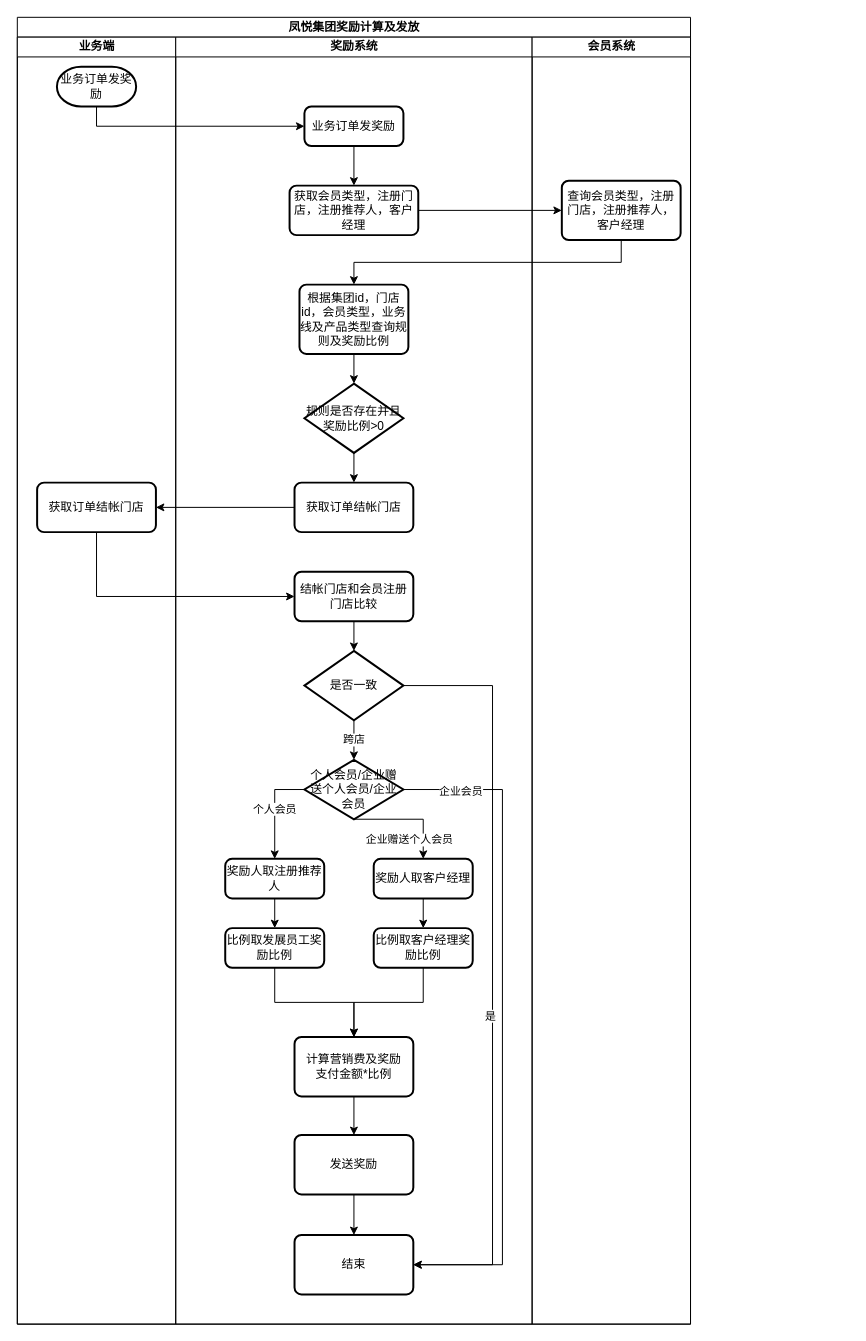
This is 凤悦集团奖励计算及发放.drawio from guohuan0126/test, a draw.io file, before an edit. Source tidied: cells renumbered, new cells numbered last; positions are measured from the earlier drawing's top-left corner, leaving out a move shared by most shapes. Both pictures are drawn from the tidied source at 99%, with x=0, y=0 at pixel (17, 17).
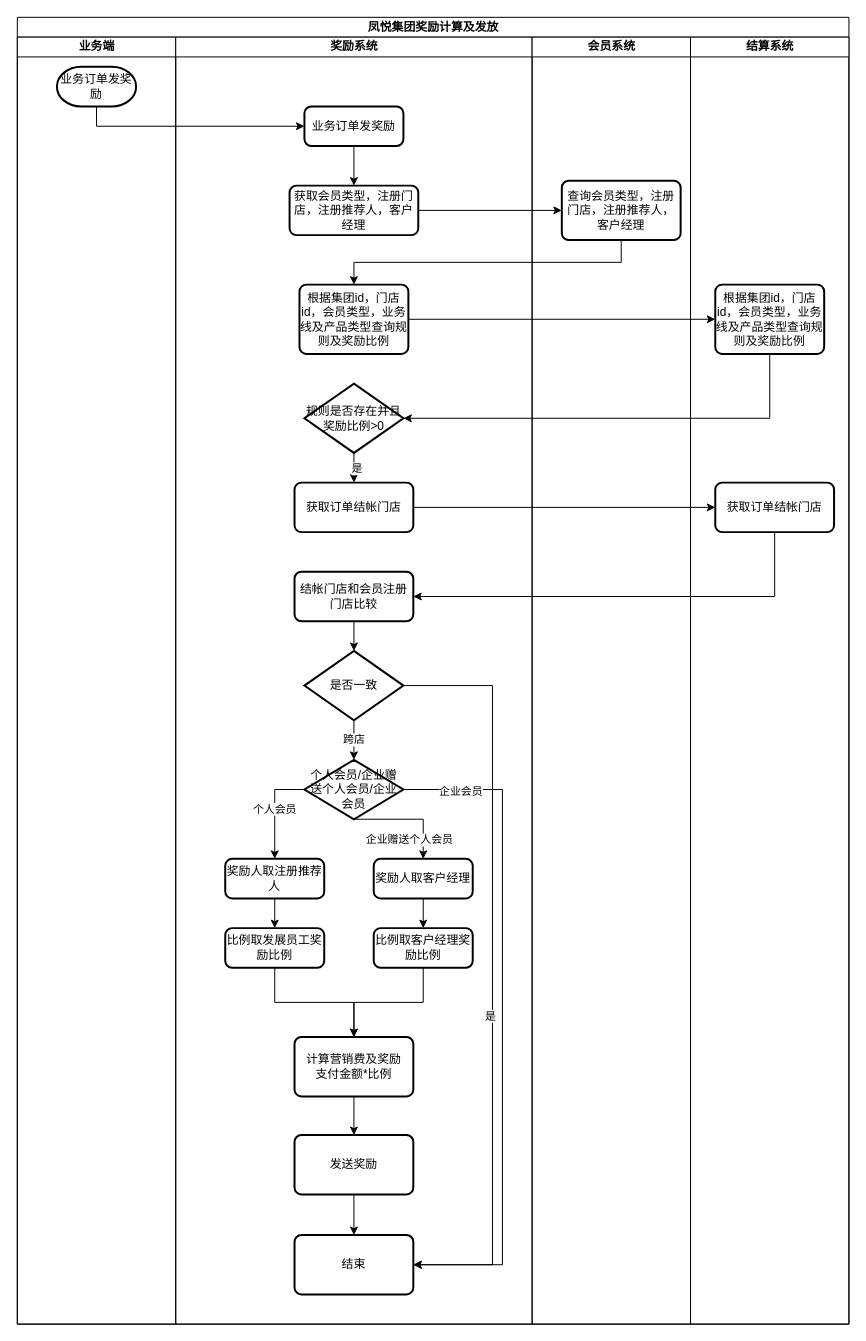
The same page after the edit.

Commit message:
更新凤悦集团奖励计算及发放.drawio

The change refers to these unchanged cells:
```xml
<mxCell id="3" value="业务端" style="swimlane;startSize=20;html=1;" parent="2" vertex="1">
  <mxGeometry y="20" width="160" height="1300" as="geometry" />
</mxCell>
<mxCell id="6" value="奖励系统" style="swimlane;startSize=20;html=1;" parent="2" vertex="1">
  <mxGeometry x="160" y="20" width="360" height="1300" as="geometry" />
</mxCell>
<mxCell id="10" value="根据集团id，门店id，会员类型，业务线及产品类型查询规则及奖励比例" style="rounded=1;whiteSpace=wrap;html=1;absoluteArcSize=1;arcSize=14;strokeWidth=2;" parent="6" vertex="1">
  <mxGeometry x="125" y="250" width="110" height="70" as="geometry" />
</mxCell>
<mxCell id="11" style="edgeStyle=orthogonalEdgeStyle;rounded=0;jettySize=auto;html=1;exitX=0.5;exitY=1;exitDx=0;exitDy=0;exitPerimeter=0;entryX=0.5;entryY=0;entryDx=0;entryDy=0;" parent="6" edge="1" source="12" target="31">
  <mxGeometry relative="1" as="geometry" />
</mxCell>
<mxCell id="12" value="规则是否存在并且奖励比例&amp;gt;0" style="strokeWidth=2;html=1;shape=mxgraph.flowchart.decision;whiteSpace=wrap;" parent="6" vertex="1">
  <mxGeometry x="130" y="350" width="100" height="70" as="geometry" />
</mxCell>
<mxCell id="31" value="获取订单结帐门店" style="rounded=1;whiteSpace=wrap;html=1;absoluteArcSize=1;arcSize=14;strokeWidth=2;" parent="6" vertex="1">
  <mxGeometry x="120" y="450" width="120" height="50" as="geometry" />
</mxCell>
<mxCell id="32" value="结帐门店和会员注册门店比较" style="rounded=1;whiteSpace=wrap;html=1;absoluteArcSize=1;arcSize=14;strokeWidth=2;" parent="6" vertex="1">
  <mxGeometry x="120" y="540" width="120" height="50" as="geometry" />
</mxCell>
```

What changed in the source:
```diff
@@
     <mxCell id="2" value="凤悦集团奖励计算及发放" style="swimlane;startSize=20;html=1;" parent="1" vertex="1">
-      <mxGeometry width="680" height="1320" as="geometry" />
+      <mxGeometry width="840" height="1320" as="geometry" />
     </mxCell>
@@
-    <mxCell id="5" value="获取订单结帐门店" style="rounded=1;whiteSpace=wrap;html=1;absoluteArcSize=1;arcSize=14;strokeWidth=2;" parent="3" vertex="1">
-      <mxGeometry x="20" y="450" width="120" height="50" as="geometry" />
-    </mxCell>
@@
+    <mxCell id="48" value="是" style="edgeLabel;html=1;align=center;verticalAlign=middle;" parent="11" vertex="1">
+      <mxGeometry y="2" relative="1" as="geometry" />
+    </mxCell>
@@
-    <mxCell id="13" style="edgeStyle=orthogonalEdgeStyle;rounded=0;jettySize=auto;html=1;exitX=0.5;exitY=1;exitDx=0;exitDy=0;entryX=0.5;entryY=0;entryDx=0;entryDy=0;entryPerimeter=0;" parent="6" edge="1" source="10" target="12">
-      <mxGeometry relative="1" as="geometry" />
-    </mxCell>
@@
+    <mxCell id="49" value="结算系统" style="swimlane;startSize=20;html=1;" parent="2" vertex="1">
+      <mxGeometry x="680" y="20" width="160" height="1300" as="geometry" />
+    </mxCell>
+    <mxCell id="50" value="根据集团id，门店id，会员类型，业务线及产品类型查询规则及奖励比例" style="rounded=1;whiteSpace=wrap;html=1;absoluteArcSize=1;arcSize=14;strokeWidth=2;" parent="49" vertex="1">
+      <mxGeometry x="25" y="250" width="110" height="70" as="geometry" />
+    </mxCell>
+    <mxCell id="5" value="获取订单结帐门店" style="rounded=1;whiteSpace=wrap;html=1;absoluteArcSize=1;arcSize=14;strokeWidth=2;" parent="49" vertex="1">
+      <mxGeometry x="25" y="450" width="120" height="50" as="geometry" />
+    </mxCell>
@@
+    <mxCell id="51" style="edgeStyle=orthogonalEdgeStyle;rounded=0;jettySize=auto;html=1;exitX=1;exitY=0.5;exitDx=0;exitDy=0;entryX=0;entryY=0.5;entryDx=0;entryDy=0;" parent="2" edge="1" source="10" target="50">
+      <mxGeometry relative="1" as="geometry" />
+    </mxCell>
+    <mxCell id="52" style="edgeStyle=orthogonalEdgeStyle;rounded=0;jettySize=auto;html=1;exitX=0.5;exitY=1;exitDx=0;exitDy=0;entryX=1;entryY=0.5;entryDx=0;entryDy=0;entryPerimeter=0;" parent="2" edge="1" source="50" target="12">
+      <mxGeometry relative="1" as="geometry" />
+    </mxCell>
-    <mxCell id="46" style="edgeStyle=orthogonalEdgeStyle;rounded=0;jettySize=auto;html=1;exitX=0;exitY=0.5;exitDx=0;exitDy=0;entryX=1;entryY=0.5;entryDx=0;entryDy=0;" parent="2" edge="1" source="31" target="5">
+    <mxCell id="46" style="edgeStyle=orthogonalEdgeStyle;rounded=0;jettySize=auto;html=1;exitX=1;exitY=0.5;exitDx=0;exitDy=0;entryX=0;entryY=0.5;entryDx=0;entryDy=0;" parent="2" edge="1" source="31" target="5">
       <mxGeometry relative="1" as="geometry" />
     </mxCell>
-    <mxCell id="47" style="edgeStyle=orthogonalEdgeStyle;rounded=0;jettySize=auto;html=1;exitX=0.5;exitY=1;exitDx=0;exitDy=0;entryX=0;entryY=0.5;entryDx=0;entryDy=0;" parent="2" edge="1" source="5" target="32">
+    <mxCell id="47" style="edgeStyle=orthogonalEdgeStyle;rounded=0;jettySize=auto;html=1;exitX=0.5;exitY=1;exitDx=0;exitDy=0;entryX=1;entryY=0.5;entryDx=0;entryDy=0;" parent="2" edge="1" source="5" target="32">
       <mxGeometry relative="1" as="geometry" />
     </mxCell>
```
